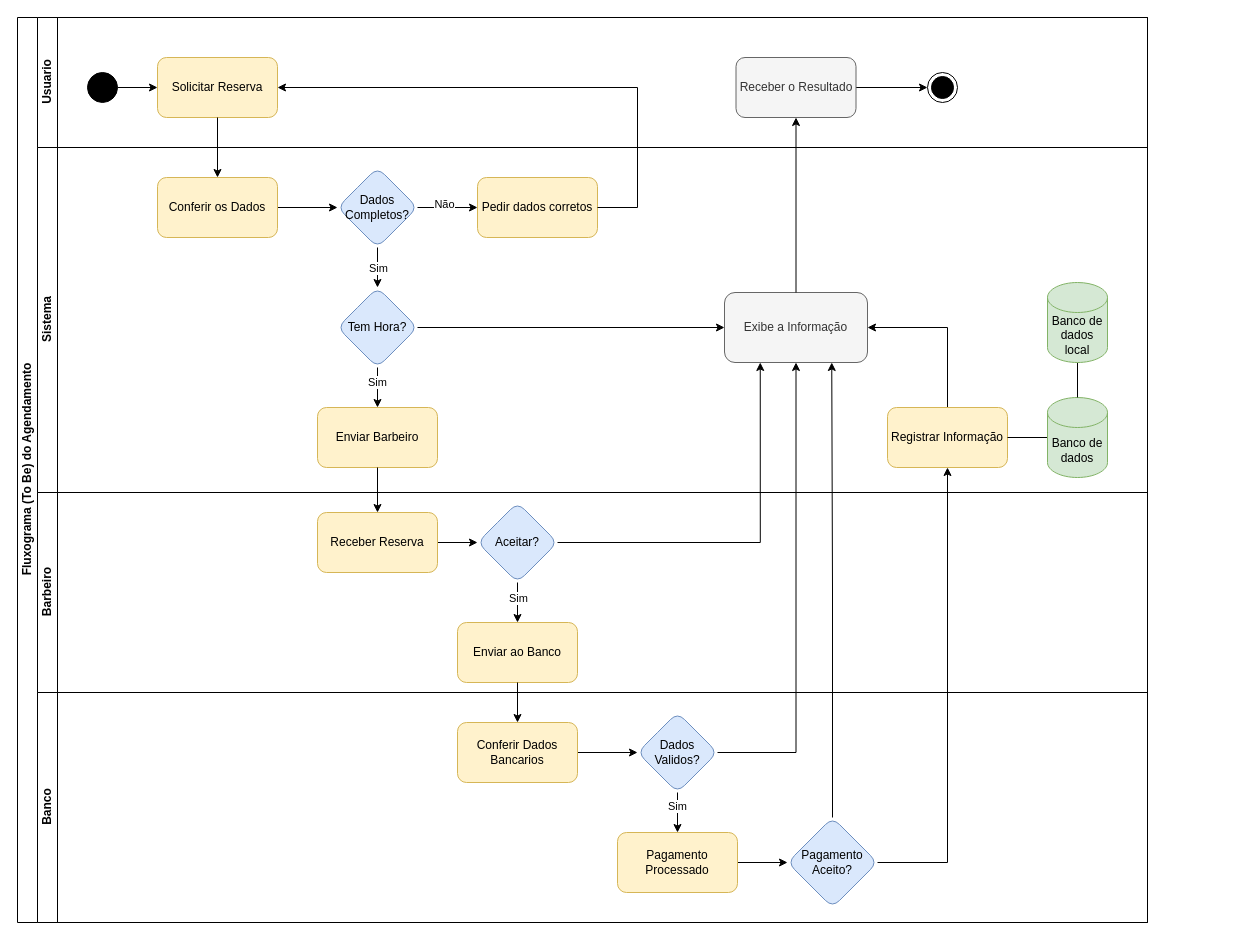
Before: page "Fluxograma-ToBe" (1 of 4) of Documentação/Fluxograma do Engerária de Software.drawio in danieldeoliveira2348-spec/Projeto-Integrador-Fatec-, a draw.io diagram. Source tidied: cells renumbered, new cells numbered last; positions are measured from the earlier drawing's top-left corner, leaving out a move shared by most shapes. Both pictures are drawn from the tidied source at 100%, with x=0, y=0 at pixel (17, 17).
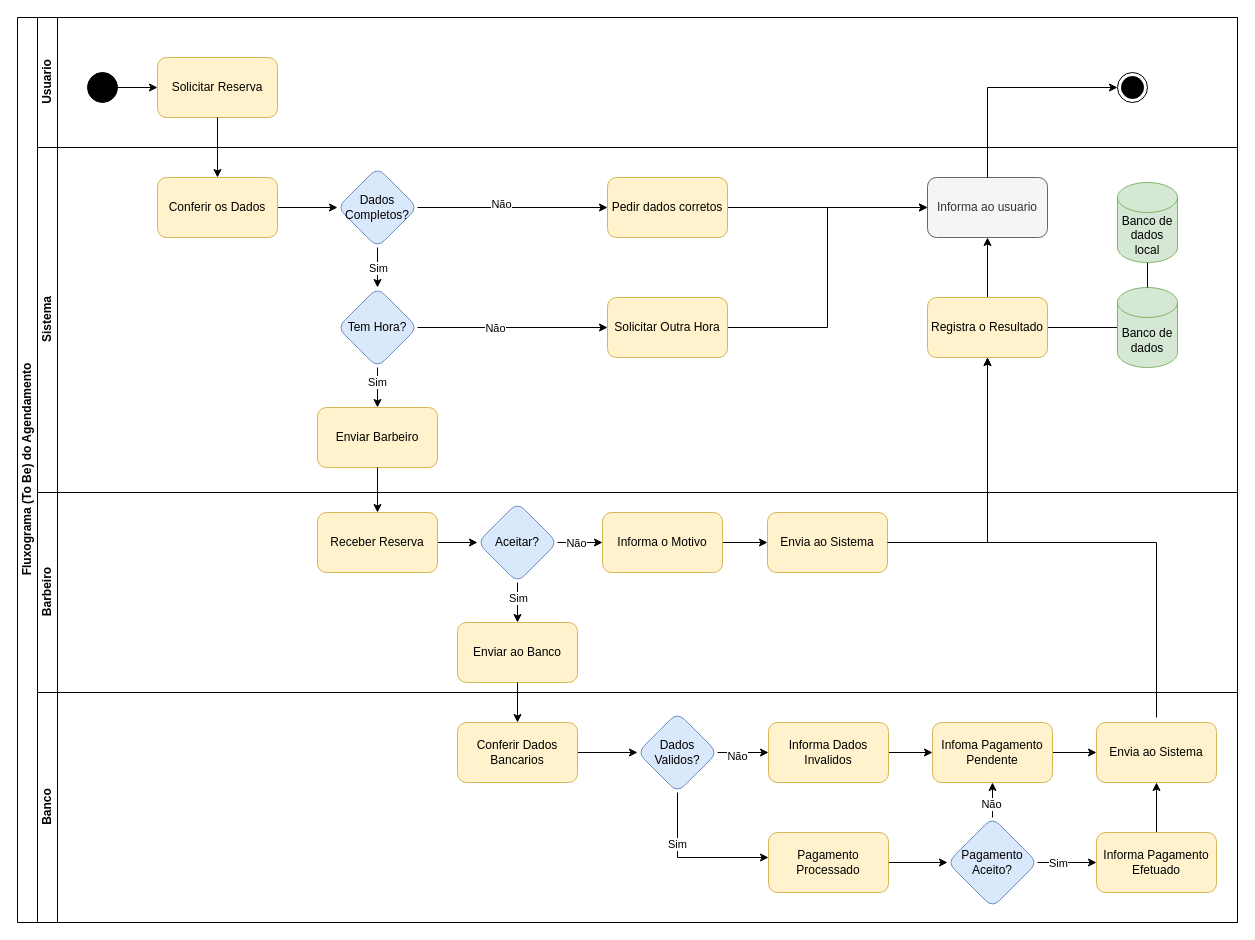
The same diagram, later.

The change refers to these unchanged cells:
```xml
<mxCell id="6" value="Solicitar Reserva" style="rounded=1;whiteSpace=wrap;html=1;fillColor=#fff2cc;strokeColor=#d6b656;" parent="3" vertex="1">
  <mxGeometry x="120" y="40" width="120" height="60" as="geometry" />
</mxCell>
<mxCell id="21" value="Tem Hora?" style="rhombus;whiteSpace=wrap;html=1;shapeInside=1;rounded=1;fillColor=#dae8fc;strokeColor=#6c8ebf;" parent="10" vertex="1">
  <mxGeometry x="300" y="140" width="80" height="80" as="geometry" />
</mxCell>
<mxCell id="36" value="Aceitar?" style="rhombus;whiteSpace=wrap;html=1;shapeInside=1;rounded=1;fillColor=#dae8fc;strokeColor=#6c8ebf;" parent="31" vertex="1">
  <mxGeometry x="440" y="10" width="80" height="80" as="geometry" />
</mxCell>
<mxCell id="45" value="Dados Validos?" style="rhombus;whiteSpace=wrap;html=1;shapeInside=1;rounded=1;fillColor=#dae8fc;strokeColor=#6c8ebf;" parent="40" vertex="1">
  <mxGeometry x="600" y="20" width="80" height="80" as="geometry" />
</mxCell>
```

The edit, as a diff of the source:
```diff
@@
     <mxCell id="2" value="Fluxograma (To Be) do Agendamento" style="swimlane;horizontal=0;startSize=20;html=1;" parent="1" vertex="1">
-      <mxGeometry width="1130" height="905" as="geometry" />
+      <mxGeometry width="1220" height="905" as="geometry" />
     </mxCell>
     <mxCell id="3" value="Usuario" style="swimlane;startSize=20;horizontal=0;html=1;" parent="2" vertex="1">
-      <mxGeometry x="20" width="1110" height="130" as="geometry" />
+      <mxGeometry x="20" width="1200" height="130" as="geometry" />
     </mxCell>
@@
-    <mxCell id="7" style="edgeStyle=orthogonalEdgeStyle;rounded=0;jettySize=auto;html=1;defaultLabelBackgroundColor=page;" parent="3" edge="1" source="8" target="9">
-      <mxGeometry relative="1" as="geometry" />
-    </mxCell>
-    <mxCell id="8" value="Receber o Resultado" style="rounded=1;whiteSpace=wrap;html=1;roundedPerimeter=1;fillColor=#f5f5f5;strokeColor=#666666;fontColor=#333333;" parent="3" vertex="1">
-      <mxGeometry x="698.5" y="40" width="120" height="60" as="geometry" />
-    </mxCell>
     <mxCell id="9" style="ellipse;html=1;shape=endState;fillColor=strokeColor;" parent="3" vertex="1">
-      <mxGeometry x="890" y="55" width="30" height="30" as="geometry" />
+      <mxGeometry x="1080" y="55" width="30" height="30" as="geometry" />
     </mxCell>
     <mxCell id="10" value="Sistema" style="swimlane;startSize=20;horizontal=0;html=1;" parent="2" vertex="1">
-      <mxGeometry x="20" y="130" width="1110" height="345" as="geometry" />
+      <mxGeometry x="20" y="130" width="1200" height="345" as="geometry" />
     </mxCell>
@@
-    <mxCell id="20" style="edgeStyle=orthogonalEdgeStyle;rounded=0;jettySize=auto;html=1;defaultLabelBackgroundColor=page;" parent="10" edge="1" source="21" target="24">
-      <mxGeometry relative="1" as="geometry" />
-    </mxCell>
+    <mxCell id="56" style="edgeStyle=orthogonalEdgeStyle;rounded=0;jettySize=auto;html=1;defaultLabelBackgroundColor=page;" parent="10" edge="1" source="21" target="61">
+      <mxGeometry relative="1" as="geometry" />
+    </mxCell>
+    <mxCell id="57" value="Não" style="edgeLabel;html=1;align=center;verticalAlign=middle;inheritText=1;defaultLabelBackgroundColor=page;" parent="56" vertex="1">
+      <mxGeometry x="-0.19" relative="1" as="geometry" />
+    </mxCell>
@@
+    <mxCell id="58" style="edgeStyle=orthogonalEdgeStyle;rounded=0;jettySize=auto;html=1;defaultLabelBackgroundColor=page;" parent="10" edge="1" source="22" target="64">
+      <mxGeometry relative="1" as="geometry" />
+    </mxCell>
     <mxCell id="22" value="Pedir dados corretos" style="whiteSpace=wrap;html=1;rounded=1;fillColor=#fff2cc;strokeColor=#d6b656;" parent="10" vertex="1">
-      <mxGeometry x="440" y="30" width="120" height="60" as="geometry" />
+      <mxGeometry x="570" y="30" width="120" height="60" as="geometry" />
     </mxCell>
@@
-    <mxCell id="24" value="Exibe a Informação" style="whiteSpace=wrap;html=1;rounded=1;fillColor=#f5f5f5;fontColor=#333333;strokeColor=#666666;" parent="10" vertex="1">
-      <mxGeometry x="687" y="145" width="143" height="70" as="geometry" />
-    </mxCell>
-    <mxCell id="25" style="edgeStyle=orthogonalEdgeStyle;rounded=0;jettySize=auto;html=1;entryX=1;entryY=0.5;entryDx=0;entryDy=0;defaultLabelBackgroundColor=page;" parent="10" edge="1" source="26" target="24">
-      <mxGeometry relative="1" as="geometry">
-        <Array as="points">
-          <mxPoint x="910" y="180" />
-        </Array>
-      </mxGeometry>
-    </mxCell>
-    <mxCell id="26" value="Registrar Informação" style="whiteSpace=wrap;html=1;rounded=1;fillColor=#fff2cc;strokeColor=#d6b656;" parent="10" vertex="1">
-      <mxGeometry x="850" y="260" width="120" height="60" as="geometry" />
-    </mxCell>
-    <mxCell id="27" style="edgeStyle=orthogonalEdgeStyle;rounded=0;jettySize=auto;html=1;defaultLabelBackgroundColor=page;endArrow=none;endFill=0;" parent="10" edge="1" source="28" target="26">
-      <mxGeometry relative="1" as="geometry" />
-    </mxCell>
+    <mxCell id="59" style="edgeStyle=orthogonalEdgeStyle;rounded=0;jettySize=auto;html=1;defaultLabelBackgroundColor=page;endArrow=none;endFill=0;" parent="10" edge="1" source="28" target="63">
+      <mxGeometry relative="1" as="geometry" />
+    </mxCell>
     <mxCell id="28" value="Banco de dados" style="shape=cylinder3;whiteSpace=wrap;html=1;boundedLbl=1;backgroundOutline=1;size=15;fillColor=#d5e8d4;strokeColor=#82b366;" parent="10" vertex="1">
-      <mxGeometry x="1010" y="250" width="60" height="80" as="geometry" />
+      <mxGeometry x="1080" y="140" width="60" height="80" as="geometry" />
     </mxCell>
@@
     <mxCell id="30" value="Banco de dados local" style="shape=cylinder3;whiteSpace=wrap;html=1;boundedLbl=1;backgroundOutline=1;size=15;fillColor=#d5e8d4;strokeColor=#82b366;" parent="10" vertex="1">
-      <mxGeometry x="1010" y="135" width="60" height="80" as="geometry" />
+      <mxGeometry x="1080" y="35" width="60" height="80" as="geometry" />
     </mxCell>
+    <mxCell id="60" style="edgeStyle=orthogonalEdgeStyle;rounded=0;jettySize=auto;html=1;entryX=0;entryY=0.5;entryDx=0;entryDy=0;defaultLabelBackgroundColor=page;" parent="10" edge="1" source="61" target="64">
+      <mxGeometry relative="1" as="geometry" />
+    </mxCell>
+    <mxCell id="61" value="Solicitar Outra Hora" style="rounded=1;whiteSpace=wrap;html=1;roundedPerimeter=1;fillColor=#fff2cc;strokeColor=#d6b656;" parent="10" vertex="1">
+      <mxGeometry x="570" y="150" width="120" height="60" as="geometry" />
+    </mxCell>
+    <mxCell id="62" style="edgeStyle=orthogonalEdgeStyle;rounded=0;jettySize=auto;html=1;defaultLabelBackgroundColor=page;" parent="10" edge="1" source="63" target="64">
+      <mxGeometry relative="1" as="geometry" />
+    </mxCell>
+    <mxCell id="63" value="Registra o Resultado" style="rounded=1;whiteSpace=wrap;html=1;roundedPerimeter=1;fillColor=#fff2cc;strokeColor=#d6b656;" parent="10" vertex="1">
+      <mxGeometry x="890" y="150" width="120" height="60" as="geometry" />
+    </mxCell>
+    <mxCell id="64" value="Informa ao usuario" style="rounded=1;whiteSpace=wrap;html=1;roundedPerimeter=1;fillColor=#f5f5f5;fontColor=#333333;strokeColor=#666666;" parent="10" vertex="1">
+      <mxGeometry x="890" y="30" width="120" height="60" as="geometry" />
+    </mxCell>
     <mxCell id="31" value="Barbeiro" style="swimlane;startSize=20;horizontal=0;html=1;" parent="2" vertex="1">
-      <mxGeometry x="20" y="475" width="1110" height="200" as="geometry" />
+      <mxGeometry x="20" y="475" width="1200" height="200" as="geometry" />
     </mxCell>
@@
+    <mxCell id="65" style="edgeStyle=orthogonalEdgeStyle;rounded=0;jettySize=auto;html=1;defaultLabelBackgroundColor=page;" parent="31" edge="1" source="36" target="68">
+      <mxGeometry relative="1" as="geometry" />
+    </mxCell>
+    <mxCell id="66" value="Não" style="edgeLabel;html=1;align=center;verticalAlign=middle;inheritText=1;defaultLabelBackgroundColor=page;" parent="65" vertex="1">
+      <mxGeometry x="-0.19" y="-4" relative="1" as="geometry">
+        <mxPoint y="-4" as="offset" />
+      </mxGeometry>
+    </mxCell>
@@
+    <mxCell id="67" style="edgeStyle=orthogonalEdgeStyle;rounded=0;jettySize=auto;html=1;defaultLabelBackgroundColor=page;" parent="31" edge="1" source="68" target="69">
+      <mxGeometry relative="1" as="geometry" />
+    </mxCell>
+    <mxCell id="68" value="Informa o Motivo" style="rounded=1;whiteSpace=wrap;html=1;roundedPerimeter=1;fillColor=#fff2cc;strokeColor=#d6b656;" parent="31" vertex="1">
+      <mxGeometry x="565" y="20" width="120" height="60" as="geometry" />
+    </mxCell>
+    <mxCell id="69" value="Envia ao Sistema" style="rounded=1;whiteSpace=wrap;html=1;roundedPerimeter=1;fillColor=#fff2cc;strokeColor=#d6b656;" parent="31" vertex="1">
+      <mxGeometry x="730" y="20" width="120" height="60" as="geometry" />
+    </mxCell>
@@
-    <mxCell id="39" style="edgeStyle=orthogonalEdgeStyle;rounded=0;jettySize=auto;html=1;defaultLabelBackgroundColor=page;entryX=1;entryY=0.5;entryDx=0;entryDy=0;" parent="2" edge="1" source="22" target="6">
-      <mxGeometry x="-0.64" relative="1" as="geometry">
-        <Array as="points">
-          <mxPoint x="620" y="190" />
-          <mxPoint x="620" y="70" />
-        </Array>
-      </mxGeometry>
-    </mxCell>
     <mxCell id="40" value="Banco" style="swimlane;startSize=20;horizontal=0;html=1;" parent="2" vertex="1">
-      <mxGeometry x="20" y="675" width="1110" height="230" as="geometry" />
+      <mxGeometry x="20" y="675" width="1200" height="230" as="geometry" />
     </mxCell>
@@
     <mxCell id="43" style="edgeStyle=orthogonalEdgeStyle;rounded=0;jettySize=auto;html=1;defaultLabelBackgroundColor=page;" parent="40" edge="1" source="45" target="47">
-      <mxGeometry relative="1" as="geometry" />
+      <mxGeometry relative="1" as="geometry">
+        <Array as="points">
+          <mxPoint x="640" y="165" />
+        </Array>
+      </mxGeometry>
     </mxCell>
@@
+    <mxCell id="70" style="edgeStyle=orthogonalEdgeStyle;rounded=0;jettySize=auto;html=1;defaultLabelBackgroundColor=page;" parent="40" edge="1" source="45" target="77">
+      <mxGeometry relative="1" as="geometry" />
+    </mxCell>
+    <mxCell id="71" value="Não" style="edgeLabel;html=1;align=center;verticalAlign=middle;inheritText=1;defaultLabelBackgroundColor=page;" parent="70" vertex="1">
+      <mxGeometry x="-0.24" y="-3" relative="1" as="geometry" />
+    </mxCell>
@@
     <mxCell id="47" value="Pagamento Processado" style="whiteSpace=wrap;html=1;rounded=1;fillColor=#fff2cc;strokeColor=#d6b656;" parent="40" vertex="1">
-      <mxGeometry x="580" y="140" width="120" height="60" as="geometry" />
+      <mxGeometry x="731" y="140" width="120" height="60" as="geometry" />
     </mxCell>
+    <mxCell id="72" style="edgeStyle=orthogonalEdgeStyle;rounded=0;jettySize=auto;html=1;defaultLabelBackgroundColor=page;" parent="40" edge="1" source="48" target="79">
+      <mxGeometry relative="1" as="geometry" />
+    </mxCell>
+    <mxCell id="73" value="Sim" style="edgeLabel;html=1;align=center;verticalAlign=middle;inheritText=1;defaultLabelBackgroundColor=page;" parent="72" vertex="1">
+      <mxGeometry x="0.04" y="4" relative="1" as="geometry">
+        <mxPoint x="-11" y="4" as="offset" />
+      </mxGeometry>
+    </mxCell>
+    <mxCell id="74" style="edgeStyle=orthogonalEdgeStyle;rounded=0;jettySize=auto;html=1;defaultLabelBackgroundColor=page;" parent="40" edge="1" source="48" target="81">
+      <mxGeometry relative="1" as="geometry" />
+    </mxCell>
+    <mxCell id="75" value="Não" style="edgeLabel;html=1;align=center;verticalAlign=middle;inheritText=1;defaultLabelBackgroundColor=page;" parent="74" vertex="1">
+      <mxGeometry x="-0.38" y="2" relative="1" as="geometry" />
+    </mxCell>
     <mxCell id="48" value="Pagamento&lt;div&gt;Aceito?&lt;/div&gt;" style="rhombus;whiteSpace=wrap;html=1;shapeInside=1;rounded=1;fillColor=#dae8fc;strokeColor=#6c8ebf;" parent="40" vertex="1">
-      <mxGeometry x="750" y="125" width="90" height="90" as="geometry" />
+      <mxGeometry x="910" y="125" width="90" height="90" as="geometry" />
     </mxCell>
+    <mxCell id="76" style="edgeStyle=orthogonalEdgeStyle;rounded=0;jettySize=auto;html=1;defaultLabelBackgroundColor=page;" parent="40" edge="1" source="77" target="81">
+      <mxGeometry relative="1" as="geometry" />
+    </mxCell>
+    <mxCell id="77" value="Informa Dados Invalidos" style="rounded=1;whiteSpace=wrap;html=1;roundedPerimeter=1;fillColor=#fff2cc;strokeColor=#d6b656;" parent="40" vertex="1">
+      <mxGeometry x="731" y="30" width="120" height="60" as="geometry" />
+    </mxCell>
+    <mxCell id="78" style="edgeStyle=orthogonalEdgeStyle;rounded=0;jettySize=auto;html=1;defaultLabelBackgroundColor=page;" parent="40" edge="1" source="79" target="82">
+      <mxGeometry relative="1" as="geometry" />
+    </mxCell>
+    <mxCell id="79" value="Informa Pagamento Efetuado" style="rounded=1;whiteSpace=wrap;html=1;roundedPerimeter=1;fillColor=#fff2cc;strokeColor=#d6b656;" parent="40" vertex="1">
+      <mxGeometry x="1059" y="140" width="120" height="60" as="geometry" />
+    </mxCell>
+    <mxCell id="80" style="edgeStyle=orthogonalEdgeStyle;rounded=0;jettySize=auto;html=1;defaultLabelBackgroundColor=page;" parent="40" edge="1" source="81" target="82">
+      <mxGeometry relative="1" as="geometry" />
+    </mxCell>
+    <mxCell id="81" value="Infoma Pagamento Pendente" style="rounded=1;whiteSpace=wrap;html=1;roundedPerimeter=1;fillColor=#fff2cc;strokeColor=#d6b656;" parent="40" vertex="1">
+      <mxGeometry x="895" y="30" width="120" height="60" as="geometry" />
+    </mxCell>
+    <mxCell id="82" value="Envia ao Sistema" style="rounded=1;whiteSpace=wrap;html=1;roundedPerimeter=1;fillColor=#fff2cc;strokeColor=#d6b656;" parent="40" vertex="1">
+      <mxGeometry x="1059" y="30" width="120" height="60" as="geometry" />
+    </mxCell>
@@
-    <mxCell id="51" style="edgeStyle=orthogonalEdgeStyle;rounded=0;jettySize=auto;html=1;entryX=0.25;entryY=1;entryDx=0;entryDy=0;defaultLabelBackgroundColor=page;" parent="2" edge="1" source="36" target="24">
-      <mxGeometry relative="1" as="geometry" />
-    </mxCell>
-    <mxCell id="52" style="edgeStyle=orthogonalEdgeStyle;rounded=0;jettySize=auto;html=1;defaultLabelBackgroundColor=page;entryX=0.5;entryY=1;entryDx=0;entryDy=0;" parent="2" edge="1" source="45" target="24">
-      <mxGeometry relative="1" as="geometry" />
-    </mxCell>
-    <mxCell id="53" style="edgeStyle=orthogonalEdgeStyle;rounded=0;jettySize=auto;html=1;defaultLabelBackgroundColor=page;entryX=0.75;entryY=1;entryDx=0;entryDy=0;" parent="2" edge="1" source="48" target="24">
-      <mxGeometry relative="1" as="geometry" />
-    </mxCell>
-    <mxCell id="54" style="edgeStyle=orthogonalEdgeStyle;rounded=0;jettySize=auto;html=1;defaultLabelBackgroundColor=page;" parent="2" edge="1" source="48" target="26">
-      <mxGeometry relative="1" as="geometry" />
-    </mxCell>
-    <mxCell id="55" style="edgeStyle=orthogonalEdgeStyle;rounded=0;jettySize=auto;html=1;exitX=0.5;exitY=0;exitDx=0;exitDy=0;defaultLabelBackgroundColor=page;" parent="2" edge="1" source="24" target="8">
-      <mxGeometry relative="1" as="geometry" />
-    </mxCell>
+    <mxCell id="83" style="edgeStyle=orthogonalEdgeStyle;rounded=0;jettySize=auto;html=1;defaultLabelBackgroundColor=page;entryX=0.5;entryY=1;entryDx=0;entryDy=0;" parent="2" edge="1" target="63">
+      <mxGeometry x="-0.29" relative="1" as="geometry">
+        <mxPoint x="1139" y="700" as="sourcePoint" />
+        <Array as="points">
+          <mxPoint x="1139" y="525" />
+          <mxPoint x="970" y="525" />
+        </Array>
+      </mxGeometry>
+    </mxCell>
+    <mxCell id="84" style="edgeStyle=orthogonalEdgeStyle;rounded=0;jettySize=auto;html=1;entryX=0.5;entryY=1;entryDx=0;entryDy=0;defaultLabelBackgroundColor=page;" parent="2" edge="1" source="69" target="63">
+      <mxGeometry relative="1" as="geometry" />
+    </mxCell>
+    <mxCell id="85" style="edgeStyle=orthogonalEdgeStyle;rounded=0;jettySize=auto;html=1;entryX=0;entryY=0.5;entryDx=0;entryDy=0;defaultLabelBackgroundColor=page;" parent="2" edge="1" source="64" target="9">
+      <mxGeometry relative="1" as="geometry">
+        <Array as="points">
+          <mxPoint x="970" y="70" />
+        </Array>
+      </mxGeometry>
+    </mxCell>
```
